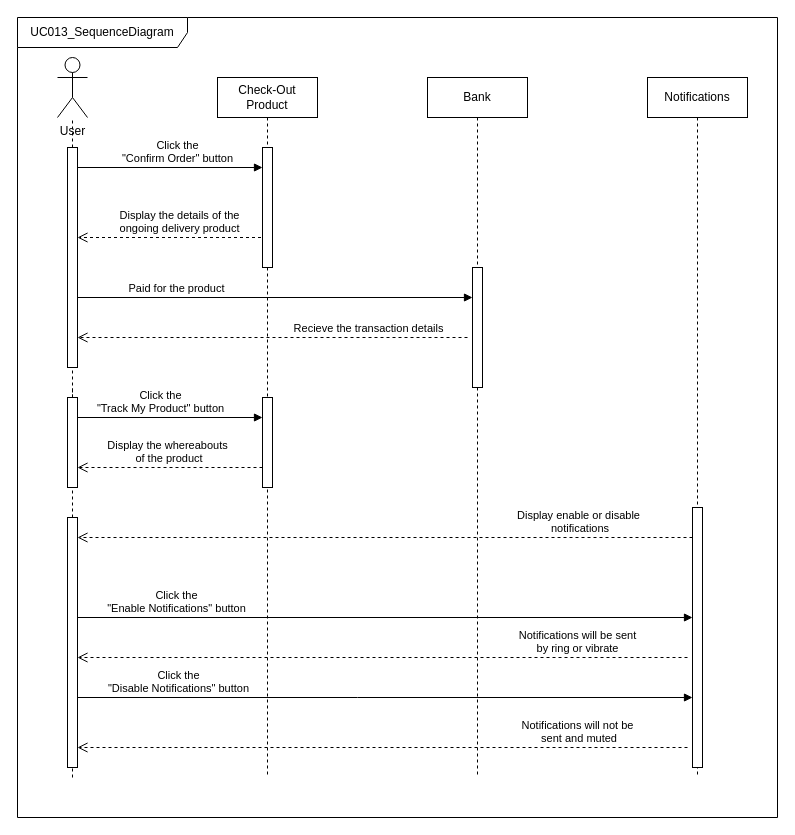
Above: proposal/submission/sec02/Allen/UC013/UC013_SequenceDiagram.drawio in drshahizan/software-engineering (draw.io), before the change. Source tidied: cells renumbered, new cells numbered last; positions are measured from the earlier drawing's top-left corner, leaving out a move shared by most shapes. Both pictures are drawn from the tidied source at 100%, with x=0, y=0 at pixel (17, 17).
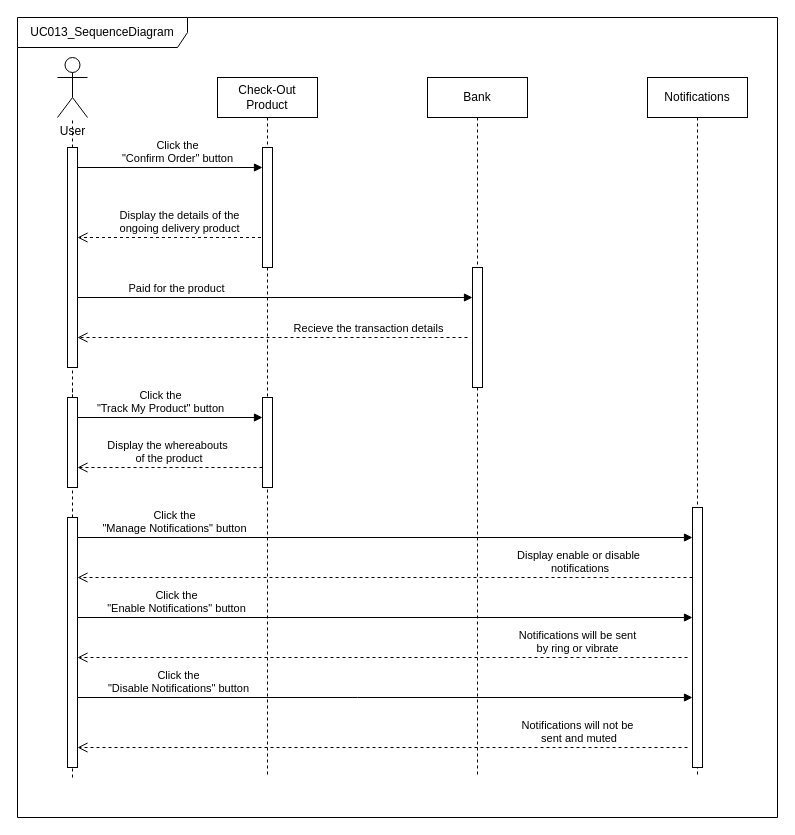
After the change.

Commit message (it also covers changes not shown here):
Update activity and sequence diagram

Unchanged cells that the change refers to:
```xml
<mxCell id="18" style="html=1;points=[];perimeter=orthogonalPerimeter;outlineConnect=0;targetShapes=umlLifeline;portConstraint=eastwest;newEdgeStyle={&quot;edgeStyle&quot;:&quot;elbowEdgeStyle&quot;,&quot;elbow&quot;:&quot;vertical&quot;,&quot;curved&quot;:0,&quot;rounded&quot;:0};" parent="17" vertex="1">
  <mxGeometry x="45" y="430" width="10" height="260" as="geometry" />
</mxCell>
<mxCell id="25" style="html=1;points=[];perimeter=orthogonalPerimeter;outlineConnect=0;targetShapes=umlLifeline;portConstraint=eastwest;newEdgeStyle={&quot;edgeStyle&quot;:&quot;elbowEdgeStyle&quot;,&quot;elbow&quot;:&quot;vertical&quot;,&quot;curved&quot;:0,&quot;rounded&quot;:0};" parent="1" vertex="1">
  <mxGeometry x="50" y="500" width="10" height="250" as="geometry" />
</mxCell>
```

Change to the diagram source:
```diff
@@
     <mxCell id="23" value="Display enable or disable&lt;br&gt;&amp;nbsp;notifications" style="html=1;verticalAlign=bottom;endArrow=open;dashed=1;endSize=8;edgeStyle=elbowEdgeStyle;elbow=vertical;curved=0;rounded=0;" parent="1" edge="1" source="18" target="25">
       <mxGeometry x="-0.63" relative="1" as="geometry">
         <Array as="points">
+          <mxPoint x="370" y="560" />
           <mxPoint x="100" y="520" />
           <mxPoint x="370" y="500" />
           <mxPoint x="510" y="480" />
           <mxPoint x="480" y="480" />
           <mxPoint x="360" y="470" />
           <mxPoint x="520" y="400" />
           <mxPoint x="540" y="400" />
         </Array>
       </mxGeometry>
     </mxCell>
@@
+    <mxCell id="30" value="Click the&lt;br&gt;&quot;Manage Notifications&quot; button" style="html=1;verticalAlign=bottom;endArrow=block;edgeStyle=elbowEdgeStyle;elbow=vertical;curved=0;rounded=0;exitX=1;exitY=0.889;exitDx=0;exitDy=0;exitPerimeter=0;" parent="1" edge="1" target="18">
+      <mxGeometry x="-0.59" relative="1" as="geometry">
+        <mxPoint x="60" y="556" as="sourcePoint" />
+        <Array as="points">
+          <mxPoint x="430" y="520" />
+          <mxPoint x="340" y="510" />
+        </Array>
+      </mxGeometry>
+    </mxCell>
```
